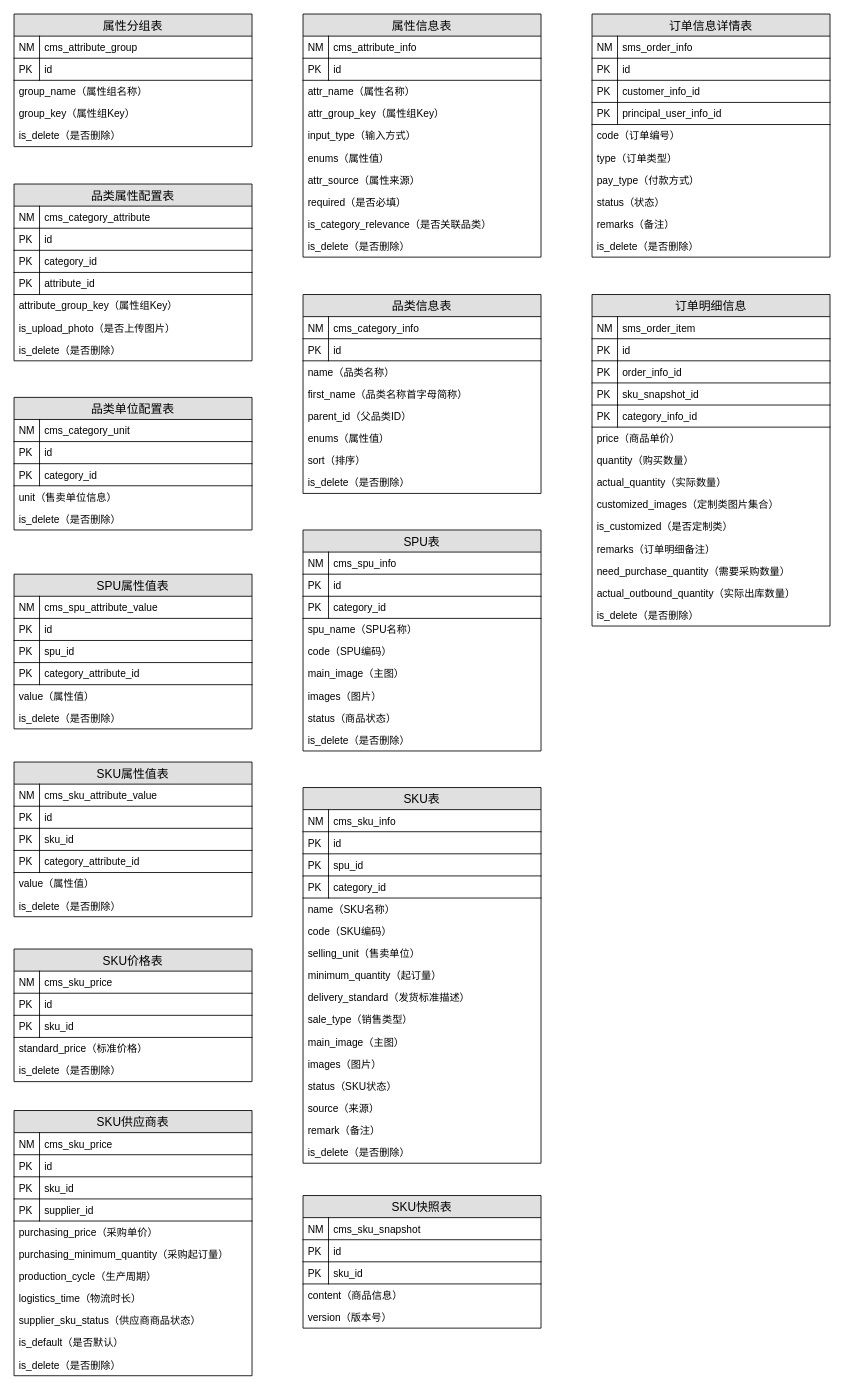
Before: page "第 5 页" (5 of 5) of 技术架构.drawio in jason-live/flow, a draw.io diagram. Source tidied: cells renumbered, new cells numbered last; positions are measured from the earlier drawing's top-left corner, leaving out a move shared by most shapes. Both pictures are drawn from the tidied source at 85%, with x=0, y=0 at pixel (14, 14).
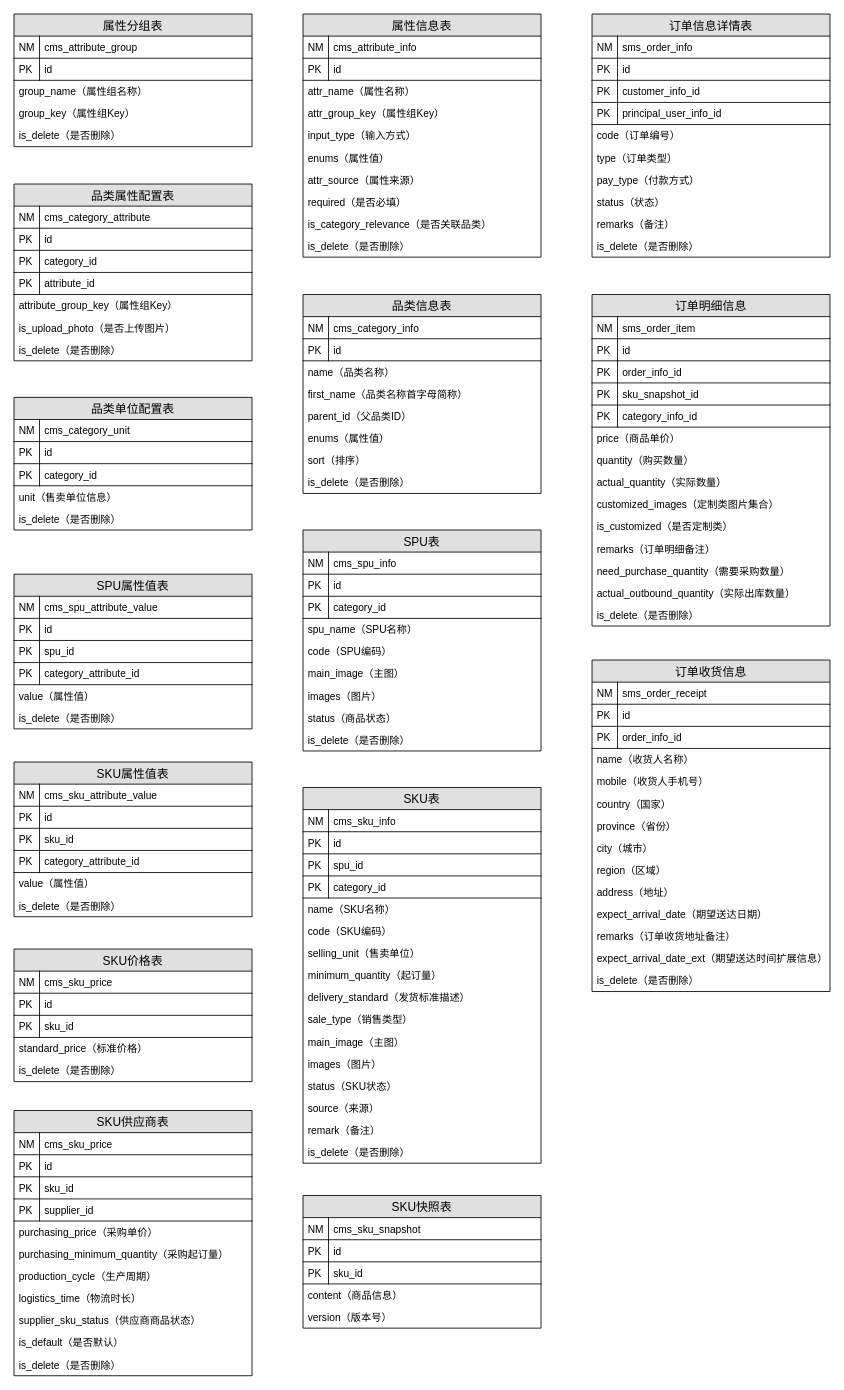
The same page after the edit.

Diff of the diagram source:
```diff
@@
+    <mxCell id="180" value="订单收货信息" style="swimlane;fontStyle=0;horizontal=1;startSize=26;fillColor=#e0e0e0;swimlaneFillColor=#ffffff;align=center;fontSize=14;" parent="1" vertex="1">
+      <mxGeometry x="680" y="760" width="280" height="390" as="geometry" />
+    </mxCell>
+    <mxCell id="181" value="sms_order_receipt" style="shape=partialRectangle;top=0;left=0;right=0;bottom=1;align=left;verticalAlign=top;fillColor=none;spacingLeft=34;spacingRight=4;overflow=hidden;fontSize=12;" parent="180" vertex="1">
+      <mxGeometry y="26" width="280" height="26" as="geometry" />
+    </mxCell>
+    <mxCell id="182" value="NM" style="shape=partialRectangle;top=0;left=0;bottom=0;fillColor=none;align=left;verticalAlign=top;spacingLeft=4;spacingRight=4;overflow=hidden;fontSize=12;" parent="181" vertex="1">
+      <mxGeometry width="30" height="26" as="geometry" />
+    </mxCell>
+    <mxCell id="183" value="id" style="shape=partialRectangle;top=0;left=0;right=0;bottom=1;align=left;verticalAlign=top;fillColor=none;spacingLeft=34;spacingRight=4;overflow=hidden;fontSize=12;" parent="180" vertex="1">
+      <mxGeometry y="52" width="280" height="26" as="geometry" />
+    </mxCell>
+    <mxCell id="184" value="PK" style="shape=partialRectangle;top=0;left=0;bottom=0;fillColor=none;align=left;verticalAlign=top;spacingLeft=4;spacingRight=4;overflow=hidden;fontSize=12;" parent="183" vertex="1">
+      <mxGeometry width="30" height="26" as="geometry" />
+    </mxCell>
+    <mxCell id="185" value="order_info_id" style="shape=partialRectangle;top=0;left=0;right=0;bottom=1;align=left;verticalAlign=top;fillColor=none;spacingLeft=34;spacingRight=4;overflow=hidden;fontSize=12;" parent="180" vertex="1">
+      <mxGeometry y="78" width="280" height="26" as="geometry" />
+    </mxCell>
+    <mxCell id="186" value="PK" style="shape=partialRectangle;top=0;left=0;bottom=0;fillColor=none;align=left;verticalAlign=top;spacingLeft=4;spacingRight=4;overflow=hidden;fontSize=12;" parent="185" vertex="1">
+      <mxGeometry width="30" height="26" as="geometry" />
+    </mxCell>
+    <mxCell id="187" value="name（收货人名称）" style="text;strokeColor=none;fillColor=none;spacingLeft=4;spacingRight=4;overflow=hidden;fontSize=12;rounded=1;shadow=0;html=0;" parent="180" vertex="1">
+      <mxGeometry y="104" width="280" height="26" as="geometry" />
+    </mxCell>
+    <mxCell id="188" value="mobile（收货人手机号）" style="text;strokeColor=none;fillColor=none;spacingLeft=4;spacingRight=4;overflow=hidden;fontSize=12;rounded=1;shadow=0;html=0;" parent="180" vertex="1">
+      <mxGeometry y="130" width="280" height="26" as="geometry" />
+    </mxCell>
+    <mxCell id="189" value="country（国家）" style="text;strokeColor=none;fillColor=none;spacingLeft=4;spacingRight=4;overflow=hidden;fontSize=12;rounded=1;shadow=0;html=0;" parent="180" vertex="1">
+      <mxGeometry y="156" width="280" height="26" as="geometry" />
+    </mxCell>
+    <mxCell id="190" value="province（省份）" style="text;strokeColor=none;fillColor=none;spacingLeft=4;spacingRight=4;overflow=hidden;fontSize=12;rounded=1;shadow=0;html=0;" parent="180" vertex="1">
+      <mxGeometry y="182" width="280" height="26" as="geometry" />
+    </mxCell>
+    <mxCell id="191" value="city（城市）" style="text;strokeColor=none;fillColor=none;spacingLeft=4;spacingRight=4;overflow=hidden;fontSize=12;rounded=1;shadow=0;html=0;" parent="180" vertex="1">
+      <mxGeometry y="208" width="280" height="26" as="geometry" />
+    </mxCell>
+    <mxCell id="192" value="region（区域）" style="text;strokeColor=none;fillColor=none;spacingLeft=4;spacingRight=4;overflow=hidden;fontSize=12;rounded=1;shadow=0;html=0;" parent="180" vertex="1">
+      <mxGeometry y="234" width="280" height="26" as="geometry" />
+    </mxCell>
+    <mxCell id="193" value="address（地址）" style="text;strokeColor=none;fillColor=none;spacingLeft=4;spacingRight=4;overflow=hidden;fontSize=12;rounded=1;shadow=0;html=0;" parent="180" vertex="1">
+      <mxGeometry y="260" width="280" height="26" as="geometry" />
+    </mxCell>
+    <mxCell id="194" value="expect_arrival_date（期望送达日期）" style="text;strokeColor=none;fillColor=none;spacingLeft=4;spacingRight=4;overflow=hidden;fontSize=12;rounded=1;shadow=0;html=0;" parent="180" vertex="1">
+      <mxGeometry y="286" width="280" height="26" as="geometry" />
+    </mxCell>
+    <mxCell id="195" value="remarks（订单收货地址备注）" style="text;strokeColor=none;fillColor=none;spacingLeft=4;spacingRight=4;overflow=hidden;fontSize=12;rounded=1;shadow=0;html=0;" parent="180" vertex="1">
+      <mxGeometry y="312" width="280" height="26" as="geometry" />
+    </mxCell>
+    <mxCell id="196" value="expect_arrival_date_ext（期望送达时间扩展信息）" style="text;strokeColor=none;fillColor=none;spacingLeft=4;spacingRight=4;overflow=hidden;fontSize=12;rounded=1;shadow=0;html=0;" parent="180" vertex="1">
+      <mxGeometry y="338" width="280" height="26" as="geometry" />
+    </mxCell>
+    <mxCell id="197" value="is_delete（是否删除）" style="text;strokeColor=none;fillColor=none;spacingLeft=4;spacingRight=4;overflow=hidden;fontSize=12;rounded=1;shadow=0;html=0;" parent="180" vertex="1">
+      <mxGeometry y="364" width="280" height="26" as="geometry" />
+    </mxCell>
```
